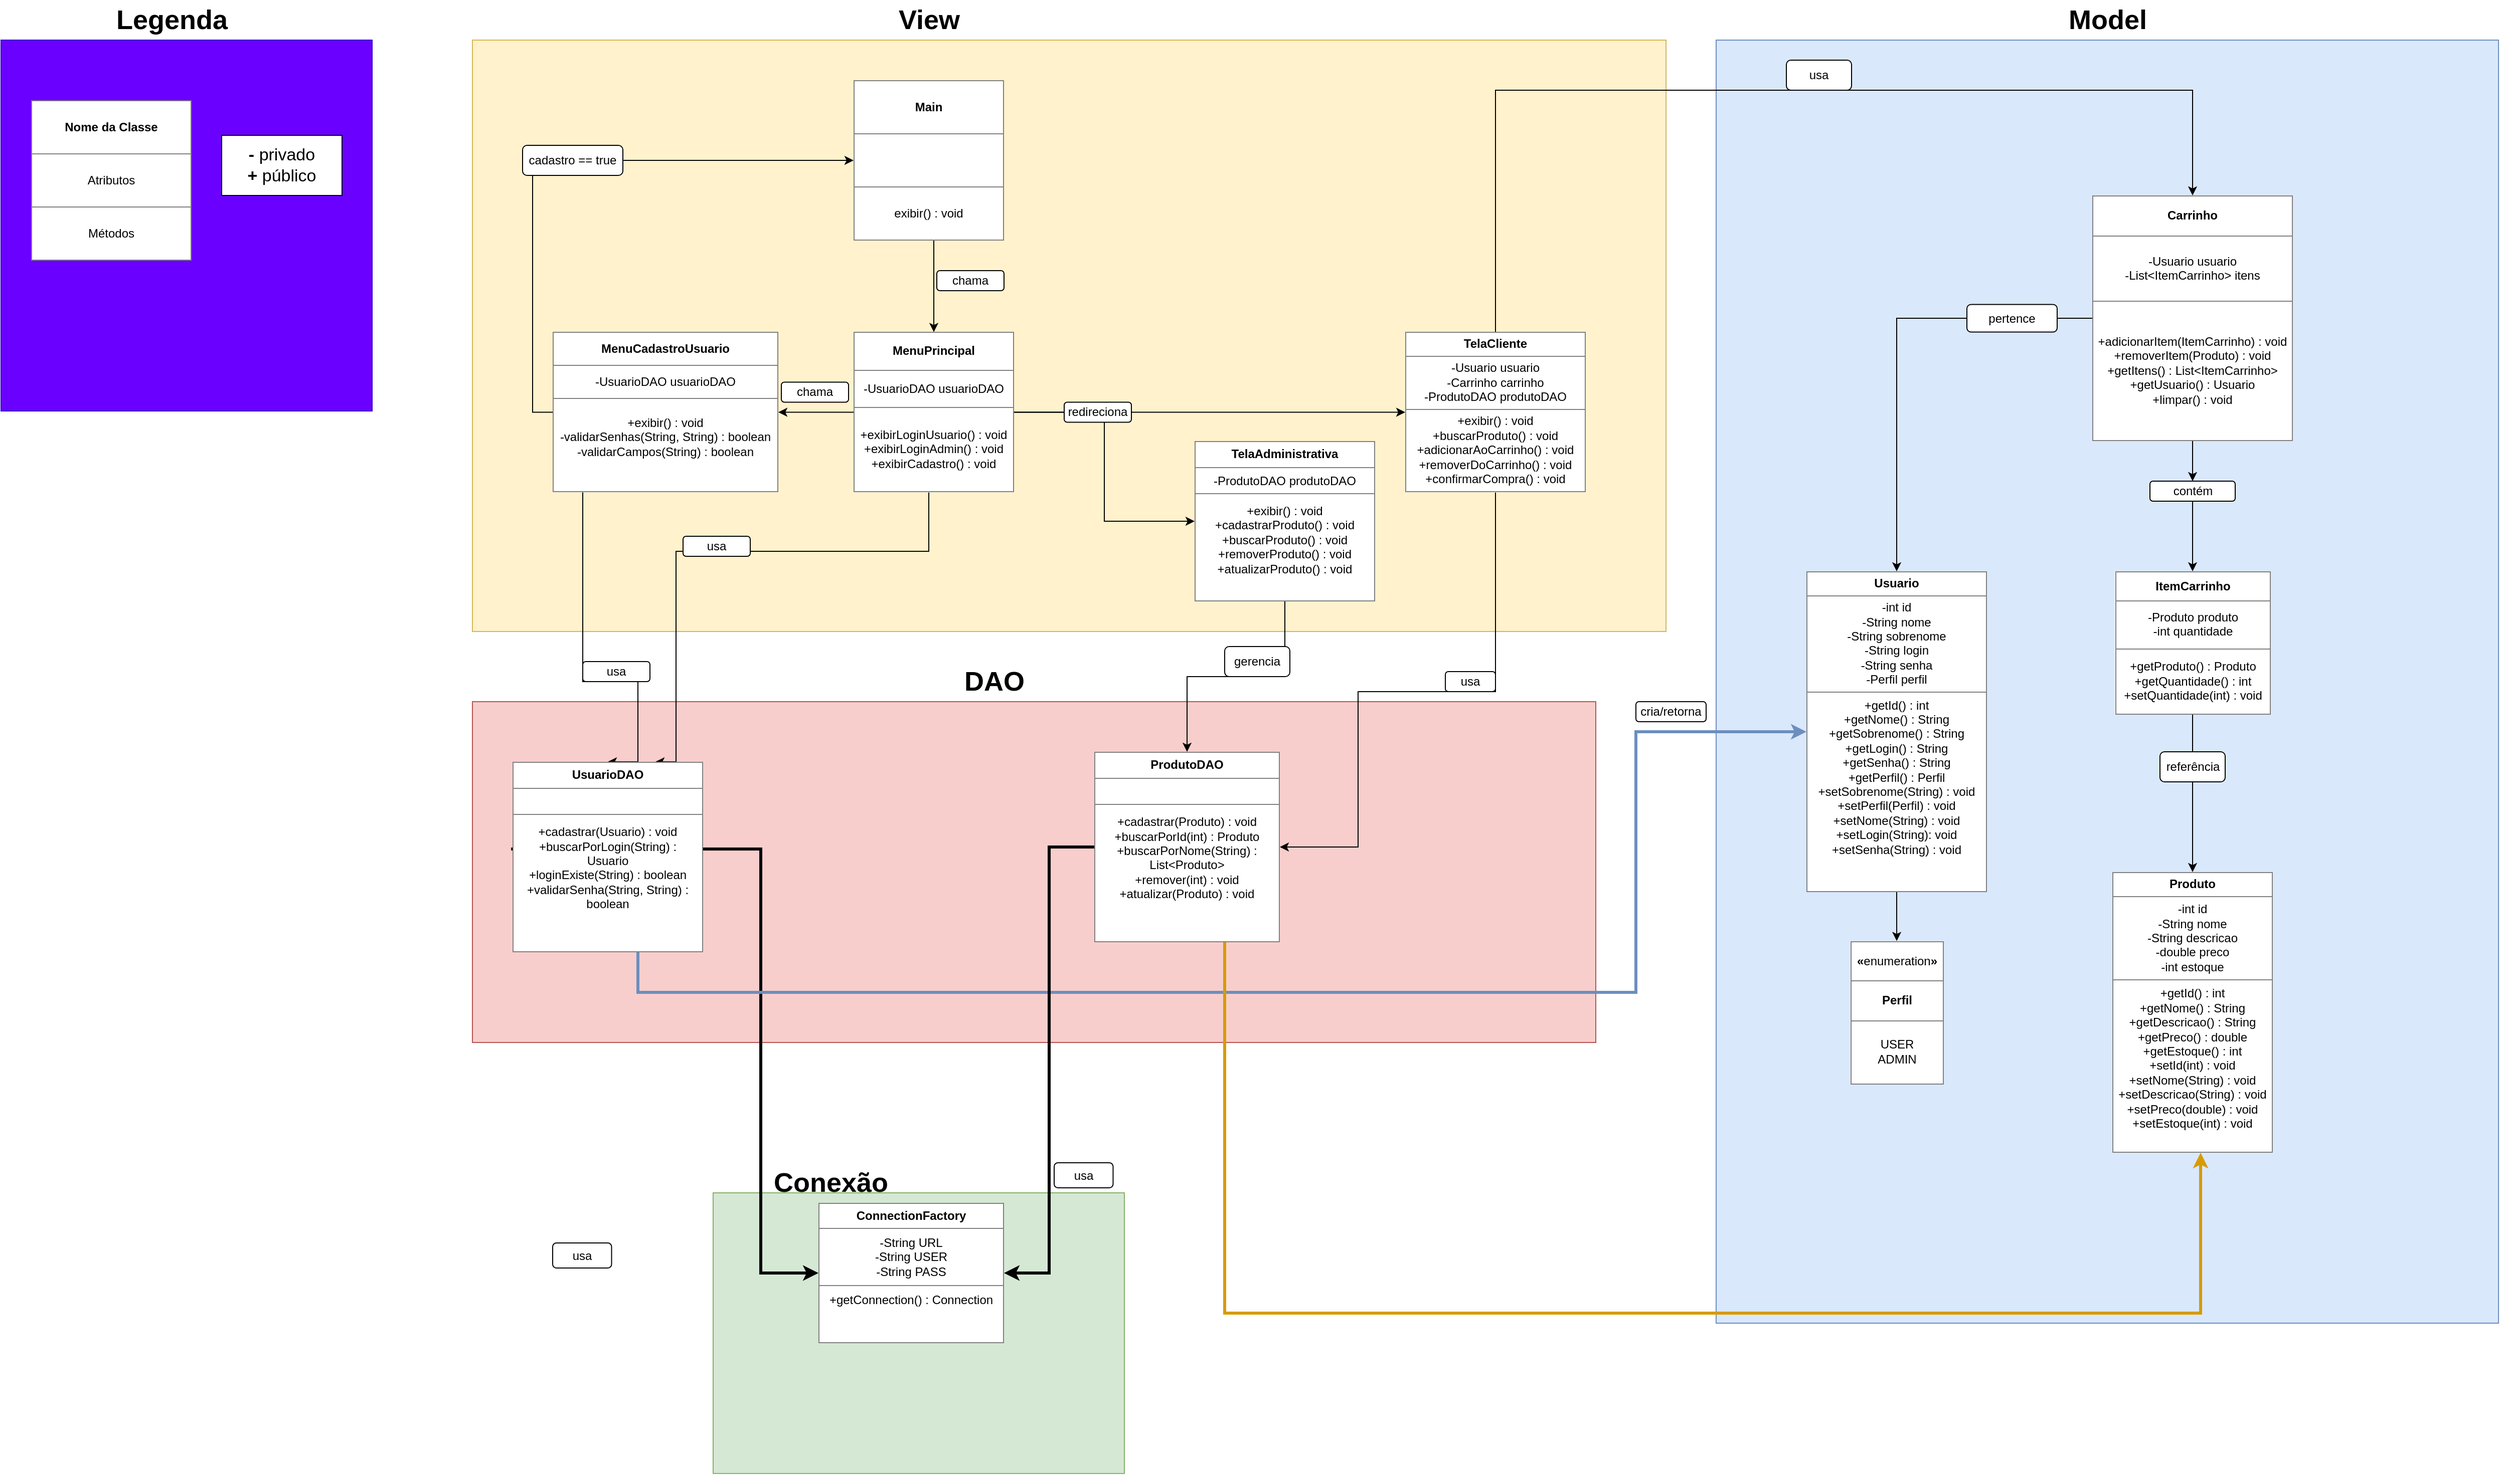
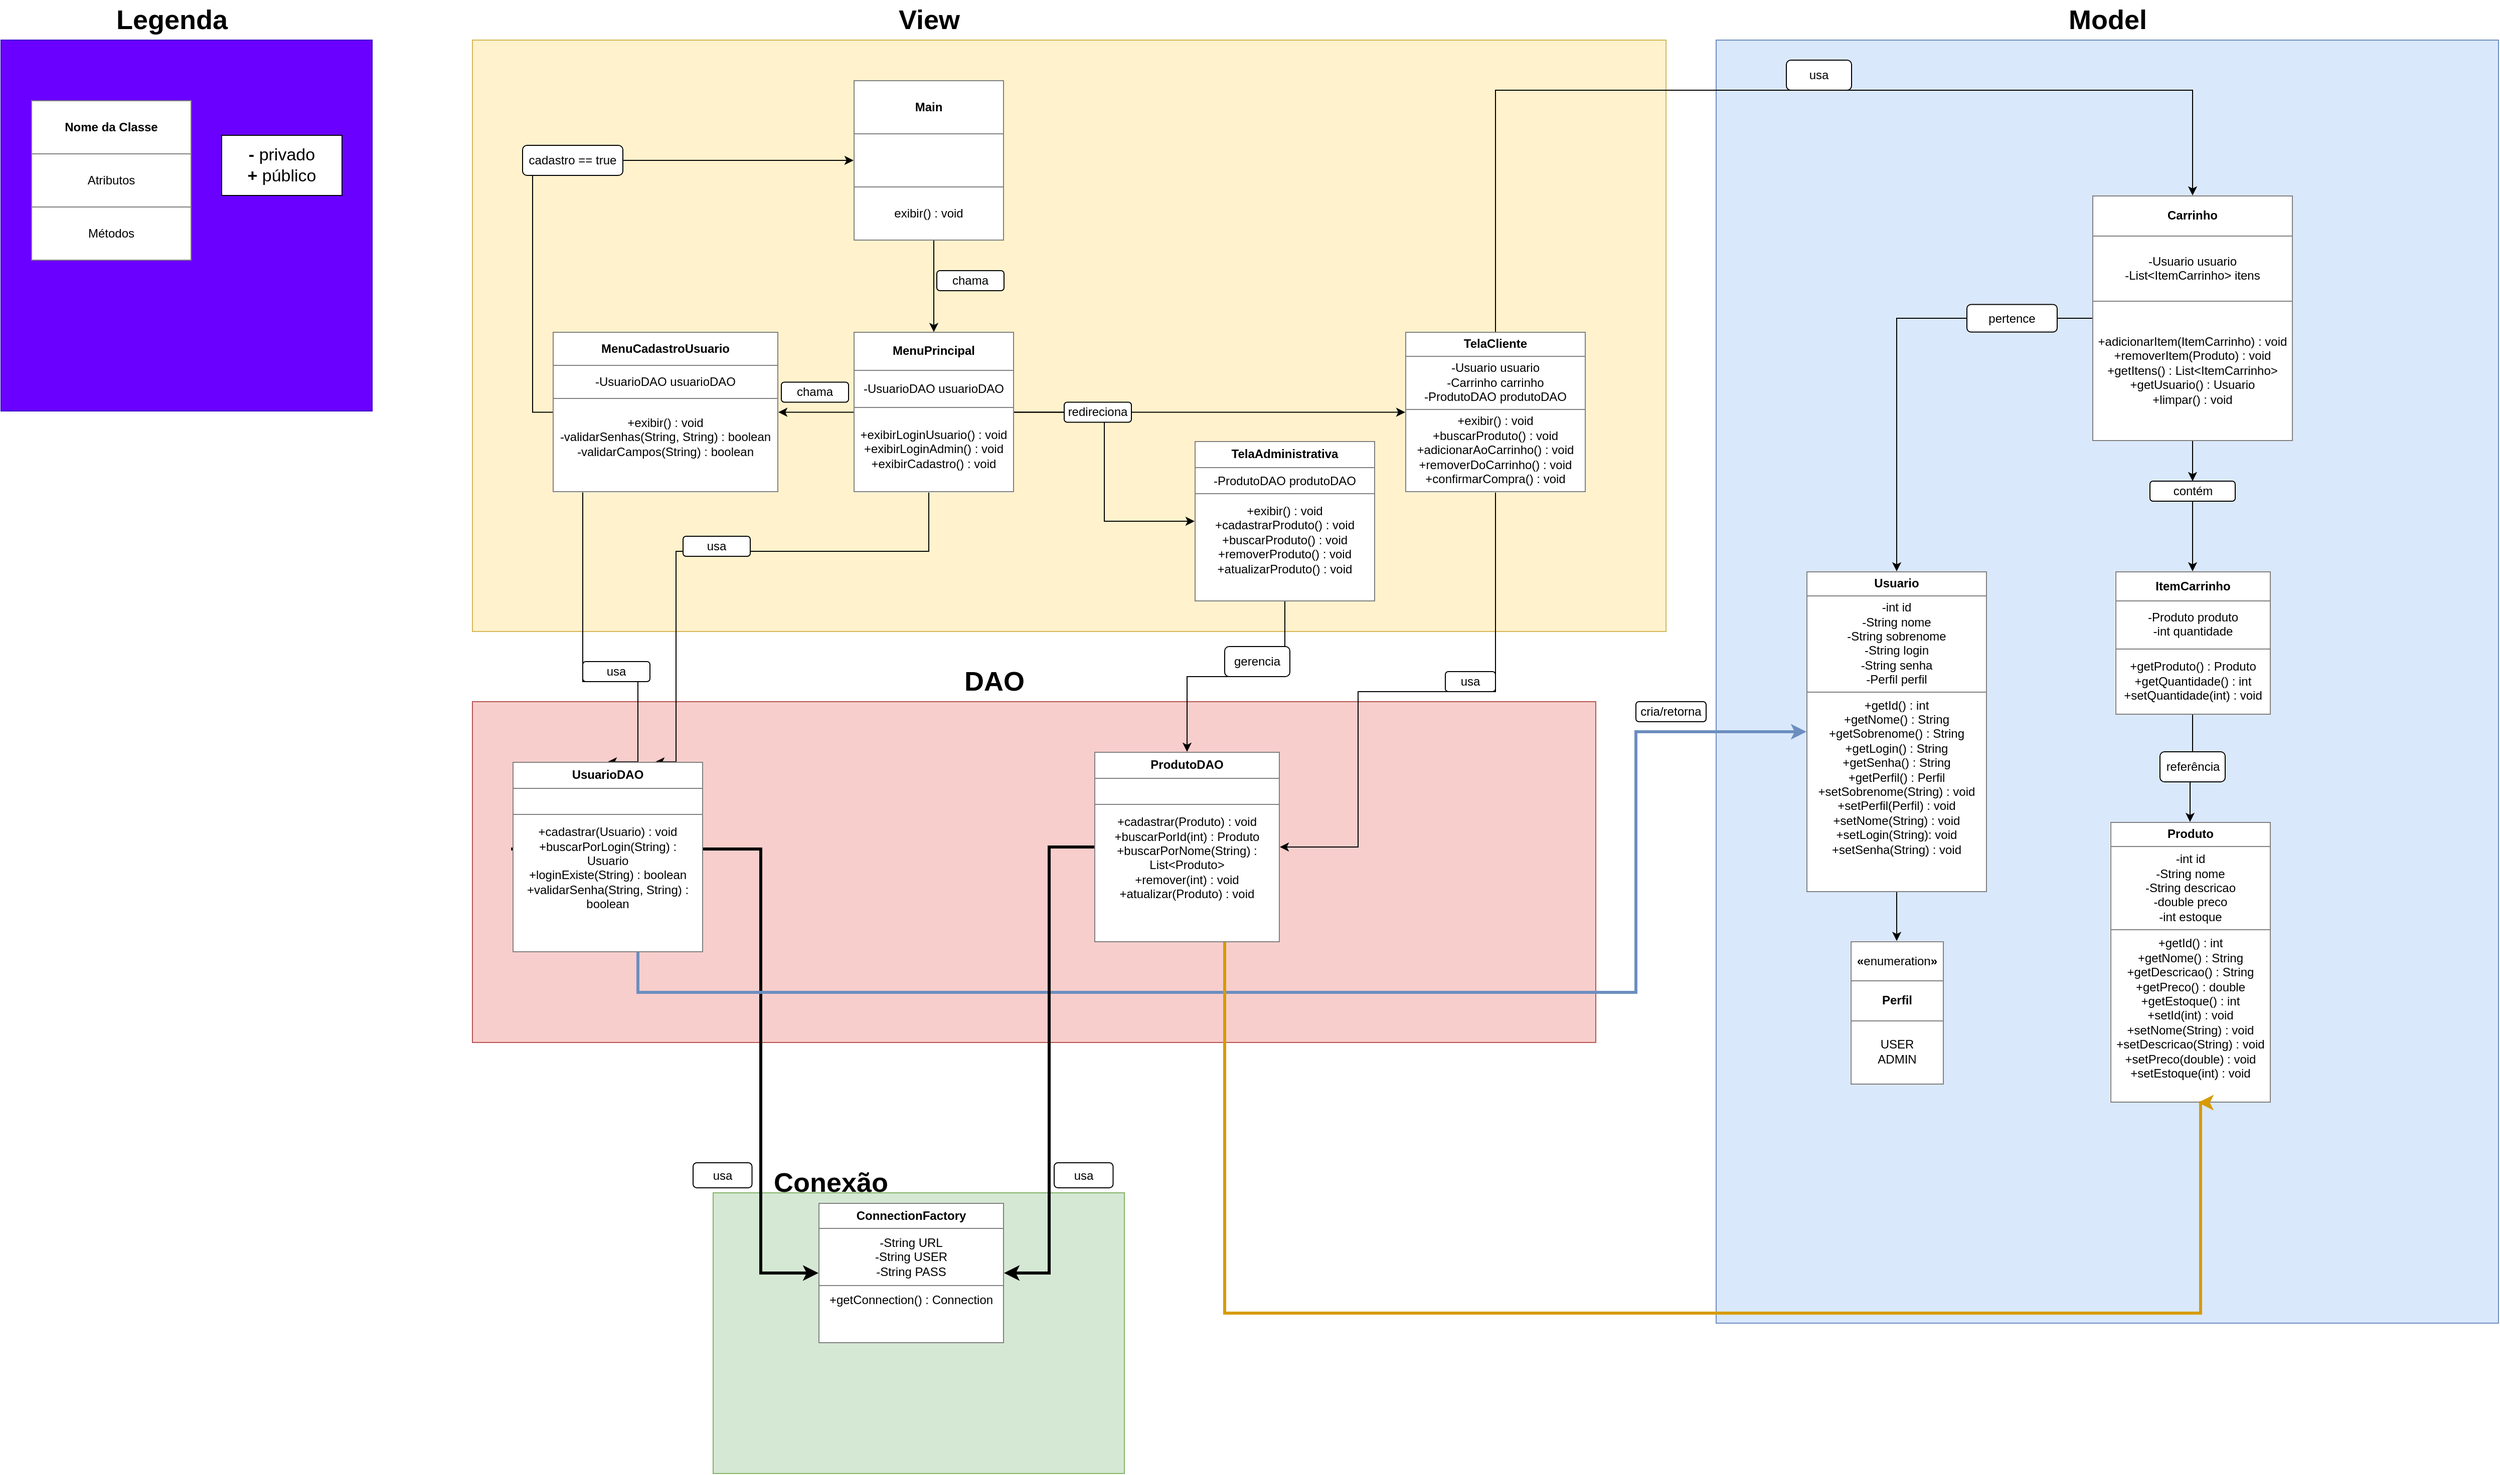
<mxfile host="Electron">
  <diagram name="Página-1" id="vHQiuNKDsRRwEhY-y5E0">
-     <mxGraphModel dx="1860" dy="623" grid="1" gridSize="10" guides="1" tooltips="1" connect="1" arrows="1" fold="1" page="1" pageScale="1" pageWidth="827" pageHeight="1169" math="0" shadow="0">
+     <mxGraphModel dx="2040" dy="731" grid="1" gridSize="10" guides="1" tooltips="1" connect="1" arrows="1" fold="1" page="1" pageScale="1" pageWidth="827" pageHeight="1169" math="0" shadow="0">
      <root>
        <mxCell id="0" />
        <mxCell id="1" parent="0" />
        <mxCell id="GEQ7cAUCcD5jq-vB8IvG-19" parent="1" style="rounded=0;whiteSpace=wrap;html=1;fillColor=#f8cecc;strokeColor=#b85450;" value="" vertex="1">
          <mxGeometry height="340" width="1120" x="150" y="740" as="geometry" />
        </mxCell>
        <mxCell id="GEQ7cAUCcD5jq-vB8IvG-4" parent="1" style="rounded=0;whiteSpace=wrap;html=1;fillColor=#fff2cc;strokeColor=#d6b656;" value="" vertex="1">
          <mxGeometry height="590" width="1190" x="150" y="80" as="geometry" />
        </mxCell>
        <mxCell id="wcL2Z4cs3Cg5YYj-U4yW-2" edge="1" parent="1" source="GEQ7cAUCcD5jq-vB8IvG-3" style="edgeStyle=orthogonalEdgeStyle;rounded=0;orthogonalLoop=1;jettySize=auto;html=1;" target="wcL2Z4cs3Cg5YYj-U4yW-1">
          <mxGeometry relative="1" as="geometry">
            <Array as="points">
              <mxPoint x="610" y="300" />
              <mxPoint x="610" y="300" />
            </Array>
          </mxGeometry>
        </mxCell>
        <mxCell id="GEQ7cAUCcD5jq-vB8IvG-3" parent="1" style="text;html=1;whiteSpace=wrap;strokeColor=none;fillColor=default;overflow=fill;" value="&lt;table border=&quot;1&quot; width=&quot;100%&quot; height=&quot;100%&quot; cellpadding=&quot;4&quot; style=&quot;width:100%;height:100%;border-collapse:collapse;&quot;&gt;&lt;tbody&gt;&lt;tr&gt;&lt;th align=&quot;center&quot;&gt;&lt;b&gt;Main&lt;/b&gt;&lt;/th&gt;&lt;/tr&gt;&lt;tr&gt;&lt;td align=&quot;center&quot;&gt;&lt;br&gt;&lt;/td&gt;&lt;/tr&gt;&lt;tr&gt;&lt;td align=&quot;center&quot;&gt;exibir() : void&lt;/td&gt;&lt;/tr&gt;&lt;/tbody&gt;&lt;/table&gt;" vertex="1">
          <mxGeometry height="160" width="150" x="530" y="120" as="geometry" />
        </mxCell>
        <mxCell id="GEQ7cAUCcD5jq-vB8IvG-5" parent="1" style="text;strokeColor=none;fillColor=none;html=1;fontSize=27;fontStyle=1;verticalAlign=middle;align=center;autosizeText=1;" value="View" vertex="1">
          <mxGeometry height="40" width="160" x="525" y="40" as="geometry" />
        </mxCell>
        <mxCell id="wcL2Z4cs3Cg5YYj-U4yW-41" edge="1" parent="1" source="GEQ7cAUCcD5jq-vB8IvG-6" style="edgeStyle=orthogonalEdgeStyle;rounded=0;orthogonalLoop=1;jettySize=auto;html=1;entryX=0.5;entryY=0;entryDx=0;entryDy=0;exitX=0.468;exitY=0.991;exitDx=0;exitDy=0;exitPerimeter=0;" target="wcL2Z4cs3Cg5YYj-U4yW-33">
          <mxGeometry relative="1" as="geometry">
            <Array as="points">
              <mxPoint x="260" y="530" />
              <mxPoint x="260" y="720" />
              <mxPoint x="315" y="720" />
            </Array>
          </mxGeometry>
        </mxCell>
        <mxCell id="wcL2Z4cs3Cg5YYj-U4yW-62" edge="1" parent="1" source="GEQ7cAUCcD5jq-vB8IvG-6" style="edgeStyle=orthogonalEdgeStyle;rounded=0;orthogonalLoop=1;jettySize=auto;html=1;entryX=0;entryY=0.5;entryDx=0;entryDy=0;" target="GEQ7cAUCcD5jq-vB8IvG-3">
          <mxGeometry relative="1" as="geometry">
            <Array as="points">
              <mxPoint x="210" y="451" />
              <mxPoint x="210" y="200" />
            </Array>
          </mxGeometry>
        </mxCell>
        <mxCell id="GEQ7cAUCcD5jq-vB8IvG-6" parent="1" style="text;html=1;whiteSpace=wrap;strokeColor=none;fillColor=default;overflow=fill;" value="&lt;table border=&quot;1&quot; width=&quot;100%&quot; height=&quot;100%&quot; cellpadding=&quot;4&quot; style=&quot;width:100%;height:100%;border-collapse:collapse;&quot;&gt;&lt;tbody&gt;&lt;tr&gt;&lt;th align=&quot;center&quot;&gt;MenuCadastroUsuario&lt;/th&gt;&lt;/tr&gt;&lt;tr&gt;&lt;td align=&quot;center&quot;&gt;-UsuarioDAO usuarioDAO&lt;/td&gt;&lt;/tr&gt;&lt;tr&gt;&lt;td align=&quot;center&quot;&gt;+exibir() : void&lt;br&gt;-validarSenhas(String, String) : boolean&lt;br&gt;-validarCampos(String) : boolean&lt;br&gt;&lt;br&gt;&lt;/td&gt;&lt;/tr&gt;&lt;/tbody&gt;&lt;/table&gt;" vertex="1">
          <mxGeometry height="160" width="225" x="230" y="371.25" as="geometry" />
        </mxCell>
        <mxCell id="GEQ7cAUCcD5jq-vB8IvG-18" parent="1" style="rounded=0;whiteSpace=wrap;html=1;fillColor=#dae8fc;strokeColor=#6c8ebf;" value="" vertex="1">
          <mxGeometry height="1280" width="780" x="1390" y="80" as="geometry" />
        </mxCell>
        <mxCell id="GEQ7cAUCcD5jq-vB8IvG-20" parent="1" style="text;strokeColor=none;fillColor=none;html=1;fontSize=27;fontStyle=1;verticalAlign=middle;align=center;autosizeText=1;" value="Model" vertex="1">
          <mxGeometry height="40" width="160" x="1700" y="40" as="geometry" />
        </mxCell>
        <mxCell id="GEQ7cAUCcD5jq-vB8IvG-21" parent="1" style="text;strokeColor=none;fillColor=none;html=1;fontSize=27;fontStyle=1;verticalAlign=middle;align=center;autosizeText=1;" value="DAO" vertex="1">
          <mxGeometry height="40" width="160" x="590" y="700" as="geometry" />
        </mxCell>
        <mxCell id="GEQ7cAUCcD5jq-vB8IvG-22" parent="1" style="rounded=0;whiteSpace=wrap;html=1;fillColor=#d5e8d4;strokeColor=#82b366;" value="" vertex="1">
          <mxGeometry height="280" width="410" x="390" y="1230" as="geometry" />
        </mxCell>
        <mxCell id="3S4BugsELCqfthTOLn6W-4" edge="1" parent="1" source="GEQ7cAUCcD5jq-vB8IvG-23" style="edgeStyle=orthogonalEdgeStyle;rounded=0;orthogonalLoop=1;jettySize=auto;html=1;" target="wcL2Z4cs3Cg5YYj-U4yW-36" value="">
          <mxGeometry relative="1" as="geometry" />
        </mxCell>
        <mxCell id="GEQ7cAUCcD5jq-vB8IvG-23" parent="1" style="text;strokeColor=none;fillColor=none;html=1;fontSize=27;fontStyle=1;verticalAlign=middle;align=center;autosizeText=1;" value="Conexão" vertex="1">
          <mxGeometry height="40" width="160" x="427" y="1200" as="geometry" />
        </mxCell>
        <mxCell id="3S4BugsELCqfthTOLn6W-14" edge="1" parent="1" source="GEQ7cAUCcD5jq-vB8IvG-24" style="edgeStyle=orthogonalEdgeStyle;rounded=0;orthogonalLoop=1;jettySize=auto;html=1;" target="3S4BugsELCqfthTOLn6W-13">
          <mxGeometry relative="1" as="geometry" />
        </mxCell>
        <mxCell id="GEQ7cAUCcD5jq-vB8IvG-24" parent="1" style="text;html=1;whiteSpace=wrap;strokeColor=none;fillColor=default;overflow=fill;" value="&lt;table border=&quot;1&quot; width=&quot;100%&quot; height=&quot;100%&quot; cellpadding=&quot;4&quot; style=&quot;width:100%;height:100%;border-collapse:collapse;&quot;&gt;&lt;tbody&gt;&lt;tr&gt;&lt;th align=&quot;center&quot;&gt;Usuario&lt;/th&gt;&lt;/tr&gt;&lt;tr&gt;&lt;td align=&quot;center&quot;&gt;-int id&lt;br&gt;-String nome&lt;br&gt;-String sobrenome&lt;br&gt;-String login&lt;br&gt;-String senha&lt;br&gt;-Perfil perfil&lt;/td&gt;&lt;/tr&gt;&lt;tr&gt;&lt;td align=&quot;center&quot;&gt;+getId() : int&lt;br&gt;+getNome() : String&lt;br&gt;+getSobrenome() : String&lt;br&gt;+getLogin() : String&lt;br&gt;+getSenha() : String&lt;br&gt;+getPerfil() : Perfil&lt;br&gt;+setSobrenome(String) : void&lt;br&gt;+setPerfil(Perfil) : void&lt;br&gt;+setNome(String) : void&lt;br&gt;+setLogin(String): void&lt;br&gt;+setSenha(String) : void&lt;br&gt;&lt;br&gt;&lt;br&gt;&lt;/td&gt;&lt;/tr&gt;&lt;/tbody&gt;&lt;/table&gt;" vertex="1">
          <mxGeometry height="320" width="180" x="1480" y="610" as="geometry" />
        </mxCell>
        <mxCell id="wcL2Z4cs3Cg5YYj-U4yW-3" edge="1" parent="1" source="wcL2Z4cs3Cg5YYj-U4yW-1" style="edgeStyle=orthogonalEdgeStyle;rounded=0;orthogonalLoop=1;jettySize=auto;html=1;" target="GEQ7cAUCcD5jq-vB8IvG-6">
          <mxGeometry relative="1" as="geometry" />
        </mxCell>
        <mxCell id="wcL2Z4cs3Cg5YYj-U4yW-6" edge="1" parent="1" source="wcL2Z4cs3Cg5YYj-U4yW-1" style="edgeStyle=orthogonalEdgeStyle;rounded=0;orthogonalLoop=1;jettySize=auto;html=1;entryX=0;entryY=0.5;entryDx=0;entryDy=0;" target="wcL2Z4cs3Cg5YYj-U4yW-5">
          <mxGeometry relative="1" as="geometry" />
        </mxCell>
        <mxCell id="wcL2Z4cs3Cg5YYj-U4yW-7" edge="1" parent="1" source="wcL2Z4cs3Cg5YYj-U4yW-1" style="edgeStyle=orthogonalEdgeStyle;rounded=0;orthogonalLoop=1;jettySize=auto;html=1;" target="wcL2Z4cs3Cg5YYj-U4yW-4">
          <mxGeometry relative="1" as="geometry" />
        </mxCell>
        <mxCell id="wcL2Z4cs3Cg5YYj-U4yW-43" edge="1" parent="1" source="wcL2Z4cs3Cg5YYj-U4yW-1" style="edgeStyle=orthogonalEdgeStyle;rounded=0;orthogonalLoop=1;jettySize=auto;html=1;entryX=0.75;entryY=0;entryDx=0;entryDy=0;" target="wcL2Z4cs3Cg5YYj-U4yW-33">
          <mxGeometry relative="1" as="geometry">
            <Array as="points">
              <mxPoint x="605" y="590" />
              <mxPoint x="353" y="590" />
            </Array>
          </mxGeometry>
        </mxCell>
        <mxCell id="wcL2Z4cs3Cg5YYj-U4yW-1" parent="1" style="text;html=1;whiteSpace=wrap;strokeColor=none;fillColor=default;overflow=fill;" value="&lt;table border=&quot;1&quot; width=&quot;100%&quot; height=&quot;100%&quot; cellpadding=&quot;4&quot; style=&quot;width:100%;height:100%;border-collapse:collapse;&quot;&gt;&lt;tbody&gt;&lt;tr&gt;&lt;th align=&quot;center&quot;&gt;&lt;b&gt;MenuPrincipal&lt;br&gt;&lt;/b&gt;&lt;/th&gt;&lt;/tr&gt;&lt;tr&gt;&lt;td align=&quot;center&quot;&gt;-UsuarioDAO usuarioDAO&lt;br&gt;&lt;/td&gt;&lt;/tr&gt;&lt;tr&gt;&lt;td align=&quot;center&quot;&gt;+exibirLoginUsuario() : void&lt;br&gt;+exibirLoginAdmin() : void&lt;br&gt;+exibirCadastro() : void&lt;/td&gt;&lt;/tr&gt;&lt;/tbody&gt;&lt;/table&gt;" vertex="1">
          <mxGeometry height="160" width="160" x="530" y="371.25" as="geometry" />
        </mxCell>
        <mxCell id="wcL2Z4cs3Cg5YYj-U4yW-48" edge="1" parent="1" source="wcL2Z4cs3Cg5YYj-U4yW-4" style="edgeStyle=orthogonalEdgeStyle;rounded=0;orthogonalLoop=1;jettySize=auto;html=1;" target="wcL2Z4cs3Cg5YYj-U4yW-35">
          <mxGeometry relative="1" as="geometry" />
        </mxCell>
        <mxCell id="wcL2Z4cs3Cg5YYj-U4yW-4" parent="1" style="text;html=1;whiteSpace=wrap;strokeColor=none;fillColor=default;overflow=fill;" value="&lt;table border=&quot;1&quot; width=&quot;100%&quot; height=&quot;100%&quot; cellpadding=&quot;4&quot; style=&quot;width:100%;height:100%;border-collapse:collapse;&quot;&gt;&lt;tbody&gt;&lt;tr&gt;&lt;th align=&quot;center&quot;&gt;&lt;b&gt;TelaAdministrativa&lt;br&gt;&lt;/b&gt;&lt;/th&gt;&lt;/tr&gt;&lt;tr&gt;&lt;td align=&quot;center&quot;&gt;-ProdutoDAO produtoDAO&lt;/td&gt;&lt;/tr&gt;&lt;tr&gt;&lt;td align=&quot;center&quot;&gt;+exibir() : void&lt;br&gt;+cadastrarProduto() : void&lt;br&gt;+buscarProduto() : void&lt;br&gt;+removerProduto() : void&lt;br&gt;+atualizarProduto() : void&lt;br&gt;&lt;br&gt;&lt;/td&gt;&lt;/tr&gt;&lt;/tbody&gt;&lt;/table&gt;" vertex="1">
          <mxGeometry height="160" width="180" x="870" y="480" as="geometry" />
        </mxCell>
        <mxCell id="wcL2Z4cs3Cg5YYj-U4yW-51" edge="1" parent="1" source="wcL2Z4cs3Cg5YYj-U4yW-5" style="edgeStyle=orthogonalEdgeStyle;rounded=0;orthogonalLoop=1;jettySize=auto;html=1;entryX=1;entryY=0.5;entryDx=0;entryDy=0;" target="wcL2Z4cs3Cg5YYj-U4yW-35">
          <mxGeometry relative="1" as="geometry">
            <Array as="points">
              <mxPoint x="1170" y="730" />
              <mxPoint x="1033" y="730" />
              <mxPoint x="1033" y="885" />
            </Array>
          </mxGeometry>
        </mxCell>
        <mxCell id="wcL2Z4cs3Cg5YYj-U4yW-53" edge="1" parent="1" source="wcL2Z4cs3Cg5YYj-U4yW-5" style="edgeStyle=orthogonalEdgeStyle;rounded=0;orthogonalLoop=1;jettySize=auto;html=1;entryX=0.5;entryY=0;entryDx=0;entryDy=0;" target="wcL2Z4cs3Cg5YYj-U4yW-9">
          <mxGeometry relative="1" as="geometry">
            <Array as="points">
              <mxPoint x="1170" y="130" />
              <mxPoint x="1865" y="130" />
            </Array>
          </mxGeometry>
        </mxCell>
        <mxCell id="wcL2Z4cs3Cg5YYj-U4yW-5" parent="1" style="text;html=1;whiteSpace=wrap;strokeColor=none;fillColor=default;overflow=fill;" value="&lt;table border=&quot;1&quot; width=&quot;100%&quot; height=&quot;100%&quot; cellpadding=&quot;4&quot; style=&quot;width:100%;height:100%;border-collapse:collapse;&quot;&gt;&lt;tbody&gt;&lt;tr&gt;&lt;th align=&quot;center&quot;&gt;&lt;b&gt;TelaCliente&lt;br&gt;&lt;/b&gt;&lt;/th&gt;&lt;/tr&gt;&lt;tr&gt;&lt;td align=&quot;center&quot;&gt;-Usuario usuario&lt;br&gt;-Carrinho carrinho&lt;br&gt;-ProdutoDAO produtoDAO&lt;/td&gt;&lt;/tr&gt;&lt;tr&gt;&lt;td align=&quot;center&quot;&gt;+exibir() : void&lt;br&gt;+buscarProduto() : void&lt;br&gt;+adicionarAoCarrinho() : void&lt;br&gt;+removerDoCarrinho() : void&lt;br&gt;+confirmarCompra() : void&lt;/td&gt;&lt;/tr&gt;&lt;/tbody&gt;&lt;/table&gt;" vertex="1">
          <mxGeometry height="160" width="180" x="1080" y="371.25" as="geometry" />
        </mxCell>
        <mxCell id="wcL2Z4cs3Cg5YYj-U4yW-12" edge="1" parent="1" source="wcL2Z4cs3Cg5YYj-U4yW-17" style="edgeStyle=orthogonalEdgeStyle;rounded=0;orthogonalLoop=1;jettySize=auto;html=1;" target="wcL2Z4cs3Cg5YYj-U4yW-10">
          <mxGeometry relative="1" as="geometry" />
        </mxCell>
        <mxCell id="wcL2Z4cs3Cg5YYj-U4yW-32" edge="1" parent="1" source="wcL2Z4cs3Cg5YYj-U4yW-9" style="edgeStyle=orthogonalEdgeStyle;rounded=0;orthogonalLoop=1;jettySize=auto;html=1;" target="GEQ7cAUCcD5jq-vB8IvG-24">
          <mxGeometry relative="1" as="geometry" />
        </mxCell>
        <mxCell id="wcL2Z4cs3Cg5YYj-U4yW-9" parent="1" style="text;html=1;whiteSpace=wrap;strokeColor=none;fillColor=default;overflow=fill;" value="&lt;table border=&quot;1&quot; width=&quot;100%&quot; height=&quot;100%&quot; cellpadding=&quot;4&quot; style=&quot;width:100%;height:100%;border-collapse:collapse;&quot;&gt;&lt;tbody&gt;&lt;tr&gt;&lt;th align=&quot;center&quot;&gt;Carrinho&lt;/th&gt;&lt;/tr&gt;&lt;tr&gt;&lt;td align=&quot;center&quot;&gt;-Usuario usuario&lt;br&gt;-List&amp;lt;ItemCarrinho&amp;gt; itens&lt;/td&gt;&lt;/tr&gt;&lt;tr&gt;&lt;td align=&quot;center&quot;&gt;+adicionarItem(ItemCarrinho) : void&lt;br&gt;+removerItem(Produto) : void&lt;br&gt;+getItens() : List&amp;lt;ItemCarrinho&amp;gt;&lt;br&gt;+getUsuario() : Usuario&lt;br&gt;+limpar() : void&lt;br&gt;&lt;/td&gt;&lt;/tr&gt;&lt;/tbody&gt;&lt;/table&gt;" vertex="1">
          <mxGeometry height="245" width="200" x="1765" y="235" as="geometry" />
        </mxCell>
        <mxCell id="wcL2Z4cs3Cg5YYj-U4yW-13" edge="1" parent="1" source="wcL2Z4cs3Cg5YYj-U4yW-10" style="edgeStyle=orthogonalEdgeStyle;rounded=0;orthogonalLoop=1;jettySize=auto;html=1;" target="wcL2Z4cs3Cg5YYj-U4yW-11">
          <mxGeometry relative="1" as="geometry" />
        </mxCell>
        <mxCell id="wcL2Z4cs3Cg5YYj-U4yW-10" parent="1" style="text;html=1;whiteSpace=wrap;strokeColor=none;fillColor=default;overflow=fill;" value="&lt;table border=&quot;1&quot; width=&quot;100%&quot; height=&quot;100%&quot; cellpadding=&quot;4&quot; style=&quot;width:100%;height:100%;border-collapse:collapse;&quot;&gt;&lt;tbody&gt;&lt;tr&gt;&lt;th align=&quot;center&quot;&gt;ItemCarrinho&lt;/th&gt;&lt;/tr&gt;&lt;tr&gt;&lt;td align=&quot;center&quot;&gt;-Produto produto&lt;br&gt;-int quantidade&lt;/td&gt;&lt;/tr&gt;&lt;tr&gt;&lt;td align=&quot;center&quot;&gt;+getProduto() : Produto&lt;br&gt;+getQuantidade() : int&lt;br&gt;+setQuantidade(int) : void&lt;/td&gt;&lt;/tr&gt;&lt;/tbody&gt;&lt;/table&gt;" vertex="1">
          <mxGeometry height="142.5" width="155" x="1787.5" y="610" as="geometry" />
        </mxCell>
        <mxCell id="wcL2Z4cs3Cg5YYj-U4yW-11" parent="1" style="text;html=1;whiteSpace=wrap;strokeColor=none;fillColor=default;overflow=fill;" value="&lt;table border=&quot;1&quot; width=&quot;100%&quot; height=&quot;100%&quot; cellpadding=&quot;4&quot; style=&quot;width:100%;height:100%;border-collapse:collapse;&quot;&gt;&lt;tbody&gt;&lt;tr&gt;&lt;th align=&quot;center&quot;&gt;Produto&lt;/th&gt;&lt;/tr&gt;&lt;tr&gt;&lt;td align=&quot;center&quot;&gt;-int id&lt;br&gt;-String nome&lt;br&gt;-String descricao&lt;br&gt;-double preco&lt;br&gt;-int estoque&lt;/td&gt;&lt;/tr&gt;&lt;tr&gt;&lt;td align=&quot;center&quot;&gt;+getId() : int&lt;br&gt;+getNome() : String&lt;br&gt;+getDescricao() : String&lt;br&gt;+getPreco() : double&lt;br&gt;+getEstoque() : int&lt;br&gt;+setId(int) : void&lt;br&gt;+setNome(String) : void&lt;br&gt;+setDescricao(String) : void&lt;br&gt;+setPreco(double) : void&lt;br&gt;+setEstoque(int) : void&lt;br&gt;&lt;br&gt;&lt;/td&gt;&lt;/tr&gt;&lt;/tbody&gt;&lt;/table&gt;" vertex="1">
-           <mxGeometry height="280" width="160" x="1785" y="910" as="geometry" />
+           <mxGeometry height="280" width="160" x="1782.5" y="860" as="geometry" />
        </mxCell>
        <mxCell id="wcL2Z4cs3Cg5YYj-U4yW-16" parent="1" style="rounded=1;whiteSpace=wrap;html=1;" value="referência" vertex="1">
          <mxGeometry height="30" width="65" x="1832.5" y="790" as="geometry" />
        </mxCell>
        <mxCell id="wcL2Z4cs3Cg5YYj-U4yW-18" edge="1" parent="1" source="wcL2Z4cs3Cg5YYj-U4yW-9" style="edgeStyle=orthogonalEdgeStyle;rounded=0;orthogonalLoop=1;jettySize=auto;html=1;" target="wcL2Z4cs3Cg5YYj-U4yW-17" value="">
          <mxGeometry relative="1" as="geometry">
            <mxPoint x="1865" y="480" as="sourcePoint" />
            <mxPoint x="1865" y="558" as="targetPoint" />
          </mxGeometry>
        </mxCell>
        <mxCell id="wcL2Z4cs3Cg5YYj-U4yW-17" parent="1" style="rounded=1;whiteSpace=wrap;html=1;" value="contém" vertex="1">
          <mxGeometry height="20" width="85" x="1822.5" y="520" as="geometry" />
        </mxCell>
        <mxCell id="wcL2Z4cs3Cg5YYj-U4yW-25" parent="1" style="rounded=1;whiteSpace=wrap;html=1;" value="pertence" vertex="1">
          <mxGeometry height="27.5" width="90" x="1640" y="343.75" as="geometry" />
        </mxCell>
        <mxCell id="3S4BugsELCqfthTOLn6W-5" edge="1" parent="1" source="wcL2Z4cs3Cg5YYj-U4yW-33" style="edgeStyle=orthogonalEdgeStyle;rounded=0;orthogonalLoop=1;jettySize=auto;html=1;entryX=0;entryY=0.5;entryDx=0;entryDy=0;exitX=-0.007;exitY=0.458;exitDx=0;exitDy=0;exitPerimeter=0;strokeWidth=3;" target="wcL2Z4cs3Cg5YYj-U4yW-36">
          <mxGeometry relative="1" as="geometry" />
        </mxCell>
        <mxCell id="3S4BugsELCqfthTOLn6W-15" edge="1" parent="1" source="wcL2Z4cs3Cg5YYj-U4yW-33" style="edgeStyle=orthogonalEdgeStyle;rounded=0;orthogonalLoop=1;jettySize=auto;html=1;entryX=0;entryY=0.5;entryDx=0;entryDy=0;fillColor=#dae8fc;strokeColor=#6c8ebf;strokeWidth=3;" target="GEQ7cAUCcD5jq-vB8IvG-24">
          <mxGeometry relative="1" as="geometry">
            <Array as="points">
              <mxPoint x="315" y="1030" />
              <mxPoint x="1310" y="1030" />
              <mxPoint x="1310" y="770" />
            </Array>
          </mxGeometry>
        </mxCell>
        <mxCell id="wcL2Z4cs3Cg5YYj-U4yW-33" parent="1" style="text;html=1;whiteSpace=wrap;strokeColor=none;fillColor=default;overflow=fill;" value="&lt;table border=&quot;1&quot; width=&quot;100%&quot; height=&quot;100%&quot; cellpadding=&quot;4&quot; style=&quot;width:100%;height:100%;border-collapse:collapse;&quot;&gt;&lt;tbody&gt;&lt;tr&gt;&lt;th align=&quot;center&quot;&gt;UsuarioDAO&lt;/th&gt;&lt;/tr&gt;&lt;tr&gt;&lt;td align=&quot;center&quot;&gt;&lt;br&gt;&lt;/td&gt;&lt;/tr&gt;&lt;tr&gt;&lt;td align=&quot;center&quot;&gt;+cadastrar(Usuario) : void&lt;br&gt;+buscarPorLogin(String) : Usuario&lt;br&gt;+loginExiste(String) : boolean&lt;br&gt;+validarSenha(String, String) : boolean&lt;br&gt;&lt;br&gt;&lt;br&gt;&lt;/td&gt;&lt;/tr&gt;&lt;/tbody&gt;&lt;/table&gt;" vertex="1">
          <mxGeometry height="190" width="190" x="190" y="800" as="geometry" />
        </mxCell>
        <mxCell id="3S4BugsELCqfthTOLn6W-8" edge="1" parent="1" source="wcL2Z4cs3Cg5YYj-U4yW-35" style="edgeStyle=orthogonalEdgeStyle;rounded=0;orthogonalLoop=1;jettySize=auto;html=1;entryX=1;entryY=0.5;entryDx=0;entryDy=0;strokeWidth=3;" target="wcL2Z4cs3Cg5YYj-U4yW-36">
          <mxGeometry relative="1" as="geometry" />
        </mxCell>
        <mxCell id="wcL2Z4cs3Cg5YYj-U4yW-35" parent="1" style="text;html=1;whiteSpace=wrap;strokeColor=none;fillColor=default;overflow=fill;" value="&lt;table border=&quot;1&quot; width=&quot;100%&quot; height=&quot;100%&quot; cellpadding=&quot;4&quot; style=&quot;width:100%;height:100%;border-collapse:collapse;&quot;&gt;&lt;tbody&gt;&lt;tr&gt;&lt;th align=&quot;center&quot;&gt;ProdutoDAO&lt;/th&gt;&lt;/tr&gt;&lt;tr&gt;&lt;td align=&quot;center&quot;&gt;&lt;br&gt;&lt;/td&gt;&lt;/tr&gt;&lt;tr&gt;&lt;td align=&quot;center&quot;&gt;+cadastrar(Produto) : void&lt;br&gt;+buscarPorId(int) : Produto&lt;br&gt;+buscarPorNome(String) : List&amp;lt;Produto&amp;gt;&lt;br&gt;+remover(int) : void&lt;br&gt;+atualizar(Produto) : void&lt;br&gt;&lt;br&gt;&lt;br&gt;&lt;/td&gt;&lt;/tr&gt;&lt;/tbody&gt;&lt;/table&gt;" vertex="1">
          <mxGeometry height="190" width="185" x="770" y="790" as="geometry" />
        </mxCell>
        <mxCell id="wcL2Z4cs3Cg5YYj-U4yW-36" parent="1" style="text;html=1;whiteSpace=wrap;strokeColor=none;fillColor=default;overflow=fill;" value="&lt;table border=&quot;1&quot; width=&quot;100%&quot; height=&quot;100%&quot; cellpadding=&quot;4&quot; style=&quot;width:100%;height:100%;border-collapse:collapse;&quot;&gt;&lt;tbody&gt;&lt;tr&gt;&lt;th align=&quot;center&quot;&gt;ConnectionFactory&lt;/th&gt;&lt;/tr&gt;&lt;tr&gt;&lt;td align=&quot;center&quot;&gt;-String URL&lt;br&gt;-String USER&lt;br&gt;-String PASS&lt;/td&gt;&lt;/tr&gt;&lt;tr&gt;&lt;td align=&quot;center&quot;&gt;+getConnection() : Connection&lt;br&gt;&lt;br&gt;&lt;br&gt;&lt;/td&gt;&lt;/tr&gt;&lt;/tbody&gt;&lt;/table&gt;" vertex="1">
          <mxGeometry height="140" width="185" x="495" y="1240" as="geometry" />
        </mxCell>
        <mxCell id="wcL2Z4cs3Cg5YYj-U4yW-49" parent="1" style="rounded=1;whiteSpace=wrap;html=1;" value="gerencia" vertex="1">
          <mxGeometry height="30" width="65" x="900" y="685" as="geometry" />
        </mxCell>
        <mxCell id="wcL2Z4cs3Cg5YYj-U4yW-52" parent="1" style="rounded=1;whiteSpace=wrap;html=1;" value="usa" vertex="1">
          <mxGeometry height="20" width="50" x="1120" y="710" as="geometry" />
        </mxCell>
        <mxCell id="wcL2Z4cs3Cg5YYj-U4yW-54" parent="1" style="rounded=1;whiteSpace=wrap;html=1;" value="usa" vertex="1">
          <mxGeometry height="30" width="65" x="1460" y="100" as="geometry" />
        </mxCell>
        <mxCell id="wcL2Z4cs3Cg5YYj-U4yW-60" parent="1" style="rounded=1;whiteSpace=wrap;html=1;" value="cadastro == true" vertex="1">
          <mxGeometry height="30" width="100" x="200" y="185" as="geometry" />
        </mxCell>
        <mxCell id="wcL2Z4cs3Cg5YYj-U4yW-63" parent="1" style="rounded=1;whiteSpace=wrap;html=1;" value="chama" vertex="1">
          <mxGeometry height="20" width="67" x="458" y="421.25" as="geometry" />
        </mxCell>
        <mxCell id="wcL2Z4cs3Cg5YYj-U4yW-64" parent="1" style="rounded=1;whiteSpace=wrap;html=1;" value="chama" vertex="1">
          <mxGeometry height="20" width="67" x="613" y="310" as="geometry" />
        </mxCell>
        <mxCell id="wcL2Z4cs3Cg5YYj-U4yW-59" parent="1" style="rounded=1;whiteSpace=wrap;html=1;" value="usa" vertex="1">
-           <mxGeometry height="25" width="58.75" x="230" y="1280" as="geometry" />
+           <mxGeometry height="25" width="58.75" x="370" y="1200" as="geometry" />
        </mxCell>
        <mxCell id="wcL2Z4cs3Cg5YYj-U4yW-65" parent="1" style="rounded=1;whiteSpace=wrap;html=1;" value="redireciona" vertex="1">
          <mxGeometry height="20" width="67" x="740" y="441.25" as="geometry" />
        </mxCell>
        <mxCell id="wcL2Z4cs3Cg5YYj-U4yW-69" parent="1" style="rounded=1;whiteSpace=wrap;html=1;" value="usa" vertex="1">
          <mxGeometry height="20" width="67" x="360" y="575" as="geometry" />
        </mxCell>
        <mxCell id="wcL2Z4cs3Cg5YYj-U4yW-70" parent="1" style="rounded=1;whiteSpace=wrap;html=1;" value="usa" vertex="1">
          <mxGeometry height="20" width="67" x="260" y="700" as="geometry" />
        </mxCell>
        <mxCell id="wcL2Z4cs3Cg5YYj-U4yW-73" parent="1" style="rounded=1;whiteSpace=wrap;html=1;" value="cria/retorna" vertex="1">
          <mxGeometry height="20" width="70" x="1310" y="740" as="geometry" />
        </mxCell>
        <mxCell id="wcL2Z4cs3Cg5YYj-U4yW-84" edge="1" parent="1" source="wcL2Z4cs3Cg5YYj-U4yW-35" style="edgeStyle=orthogonalEdgeStyle;rounded=0;orthogonalLoop=1;jettySize=auto;html=1;entryX=0.55;entryY=1;entryDx=0;entryDy=0;entryPerimeter=0;fillColor=#ffe6cc;strokeColor=#d79b00;strokeWidth=3;" target="wcL2Z4cs3Cg5YYj-U4yW-11">
          <mxGeometry relative="1" as="geometry">
            <Array as="points">
              <mxPoint x="900" y="1350" />
              <mxPoint x="1873" y="1350" />
            </Array>
          </mxGeometry>
        </mxCell>
        <mxCell id="3S4BugsELCqfthTOLn6W-3" edge="1" parent="1" source="wcL2Z4cs3Cg5YYj-U4yW-63" style="edgeStyle=orthogonalEdgeStyle;rounded=0;orthogonalLoop=1;jettySize=auto;html=1;exitX=0.5;exitY=1;exitDx=0;exitDy=0;" target="wcL2Z4cs3Cg5YYj-U4yW-63">
          <mxGeometry relative="1" as="geometry" />
        </mxCell>
        <mxCell id="3S4BugsELCqfthTOLn6W-9" parent="1" style="rounded=1;whiteSpace=wrap;html=1;" value="usa" vertex="1">
          <mxGeometry height="25" width="58.75" x="730" y="1200" as="geometry" />
        </mxCell>
        <mxCell id="3S4BugsELCqfthTOLn6W-13" parent="1" style="text;html=1;whiteSpace=wrap;strokeColor=none;fillColor=default;overflow=fill;" value="&lt;table border=&quot;1&quot; width=&quot;100%&quot; height=&quot;100%&quot; cellpadding=&quot;4&quot; style=&quot;width:100%;height:100%;border-collapse:collapse;&quot;&gt;&lt;tbody&gt;&lt;tr&gt;&lt;th align=&quot;center&quot;&gt;«&lt;span style=&quot;font-weight: normal;&quot;&gt;enumeration&lt;/span&gt;»&lt;/th&gt;&lt;/tr&gt;&lt;tr&gt;&lt;td align=&quot;center&quot;&gt;&lt;b&gt;Perfil&lt;/b&gt;&lt;/td&gt;&lt;/tr&gt;&lt;tr&gt;&lt;td align=&quot;center&quot;&gt;USER&lt;br&gt;ADMIN&lt;/td&gt;&lt;/tr&gt;&lt;/tbody&gt;&lt;/table&gt;" vertex="1">
          <mxGeometry height="142.5" width="92.5" x="1523.75" y="978.75" as="geometry" />
        </mxCell>
        <mxCell id="n890vatVIzVQeUB_rwUU-4" parent="1" style="whiteSpace=wrap;html=1;aspect=fixed;fillColor=#6a00ff;fontColor=#ffffff;strokeColor=#3700CC;" value="" vertex="1">
          <mxGeometry height="370" width="370" x="-320" y="80" as="geometry" />
        </mxCell>
        <mxCell id="n890vatVIzVQeUB_rwUU-5" parent="1" style="text;strokeColor=none;fillColor=none;html=1;fontSize=27;fontStyle=1;verticalAlign=middle;align=center;autosizeText=1;" value="Legenda" vertex="1">
          <mxGeometry height="40" width="160" x="-230" y="40" as="geometry" />
        </mxCell>
        <mxCell id="n890vatVIzVQeUB_rwUU-6" parent="1" style="text;html=1;whiteSpace=wrap;strokeColor=none;fillColor=default;overflow=fill;" value="&lt;table border=&quot;1&quot; width=&quot;100%&quot; height=&quot;100%&quot; cellpadding=&quot;4&quot; style=&quot;width:100%;height:100%;border-collapse:collapse;&quot;&gt;&lt;tbody&gt;&lt;tr&gt;&lt;th align=&quot;center&quot;&gt;&lt;b&gt;Nome da Classe&lt;br&gt;&lt;/b&gt;&lt;/th&gt;&lt;/tr&gt;&lt;tr&gt;&lt;td align=&quot;center&quot;&gt;Atributos&lt;br&gt;&lt;/td&gt;&lt;/tr&gt;&lt;tr&gt;&lt;td align=&quot;center&quot;&gt;Métodos&lt;/td&gt;&lt;/tr&gt;&lt;/tbody&gt;&lt;/table&gt;" vertex="1">
          <mxGeometry height="160" width="160" x="-290" y="140" as="geometry" />
        </mxCell>
        <mxCell id="n890vatVIzVQeUB_rwUU-8" parent="1" style="rounded=0;whiteSpace=wrap;html=1;" value="&lt;font style=&quot;font-size: 17px;&quot;&gt;&lt;b&gt;- &lt;/b&gt;privado&lt;/font&gt;&lt;div&gt;&lt;font style=&quot;font-size: 17px;&quot;&gt;&lt;b style=&quot;&quot;&gt;+ &lt;/b&gt;público&lt;/font&gt;&lt;/div&gt;" vertex="1">
          <mxGeometry height="60" width="120" x="-100" y="175" as="geometry" />
        </mxCell>
      </root>
    </mxGraphModel>
  </diagram>
</mxfile>
